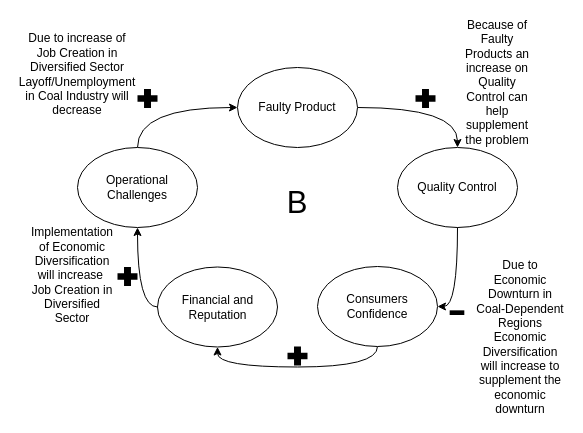
Above: cs3b.drawio in Jayrou12345/Flowchart (draw.io), before the change. Source tidied: cells renumbered, new cells numbered last; positions are measured from the earlier drawing's top-left corner, leaving out a move shared by most shapes. Both pictures are drawn from the tidied source at 100%, with x=0, y=0 at pixel (37, 59).
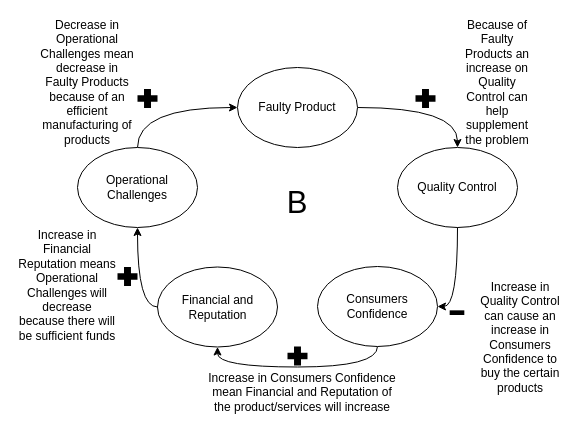
The same diagram, later.

What changed in the source:
```diff
@@
-    <mxCell id="14" value="Due to Economic Downturn in Coal-Dependent Regions Economic Diversification will increase to supplement the economic downturn" style="text;html=1;strokeColor=none;fillColor=none;align=center;verticalAlign=middle;whiteSpace=wrap;rounded=0;" parent="1" vertex="1">
+    <mxCell id="14" value="Increase in Quality Control can cause an increase in Consumers Confidence to buy the certain products" style="text;html=1;strokeColor=none;fillColor=none;align=center;verticalAlign=middle;whiteSpace=wrap;rounded=0;" parent="1" vertex="1">
       <mxGeometry x="438" y="262.5" width="90" height="30" as="geometry" />
     </mxCell>
-    <mxCell id="15" value="Implementation of Economic Diversification will increase&amp;nbsp; Job Creation in Diversified Sector" style="text;html=1;strokeColor=none;fillColor=none;align=center;verticalAlign=middle;whiteSpace=wrap;rounded=0;" parent="1" vertex="1">
-      <mxGeometry y="188" width="70" height="55.5" as="geometry" />
+    <mxCell id="15" value="Increase in Financial Reputation means Operational Challenges will decrease because there will be sufficient funds" style="text;html=1;strokeColor=none;fillColor=none;align=center;verticalAlign=middle;whiteSpace=wrap;rounded=0;" parent="1" vertex="1">
+      <mxGeometry x="-20" y="198" width="100" height="55.5" as="geometry" />
     </mxCell>
-    <mxCell id="16" value="Due to increase of Job Creation in Diversified Sector Layoff/Unemployment&lt;br&gt;in Coal Industry will decrease" style="text;html=1;strokeColor=none;fillColor=none;align=center;verticalAlign=middle;whiteSpace=wrap;rounded=0;" parent="1" vertex="1">
-      <mxGeometry x="10" y="-0.5" width="60" height="30" as="geometry" />
+    <mxCell id="16" value="Decrease in Operational Challenges mean decrease in Faulty Products because of an efficient manufacturing of products" style="text;html=1;strokeColor=none;fillColor=none;align=center;verticalAlign=middle;whiteSpace=wrap;rounded=0;" parent="1" vertex="1">
+      <mxGeometry y="8" width="100" height="30" as="geometry" />
     </mxCell>
@@
+    <mxCell id="24" value="Increase in Consumers Confidence mean Financial and Reputation of the product/services will increase" style="text;html=1;strokeColor=none;fillColor=none;align=center;verticalAlign=middle;whiteSpace=wrap;rounded=0;" parent="1" vertex="1">
+      <mxGeometry x="170" y="318" width="190" height="30" as="geometry" />
+    </mxCell>
```
